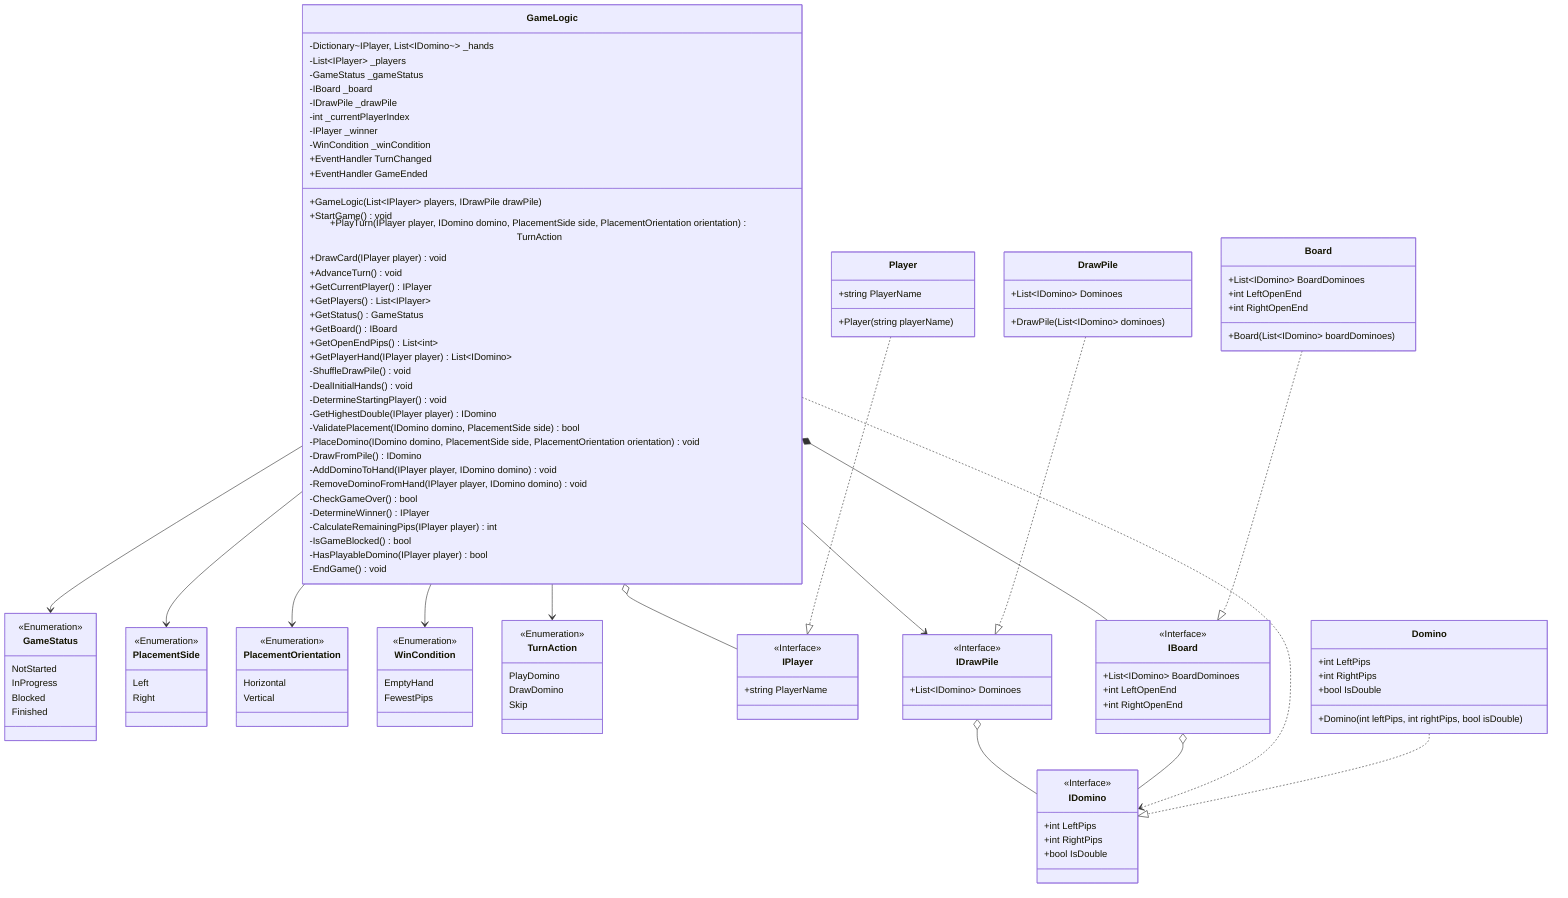
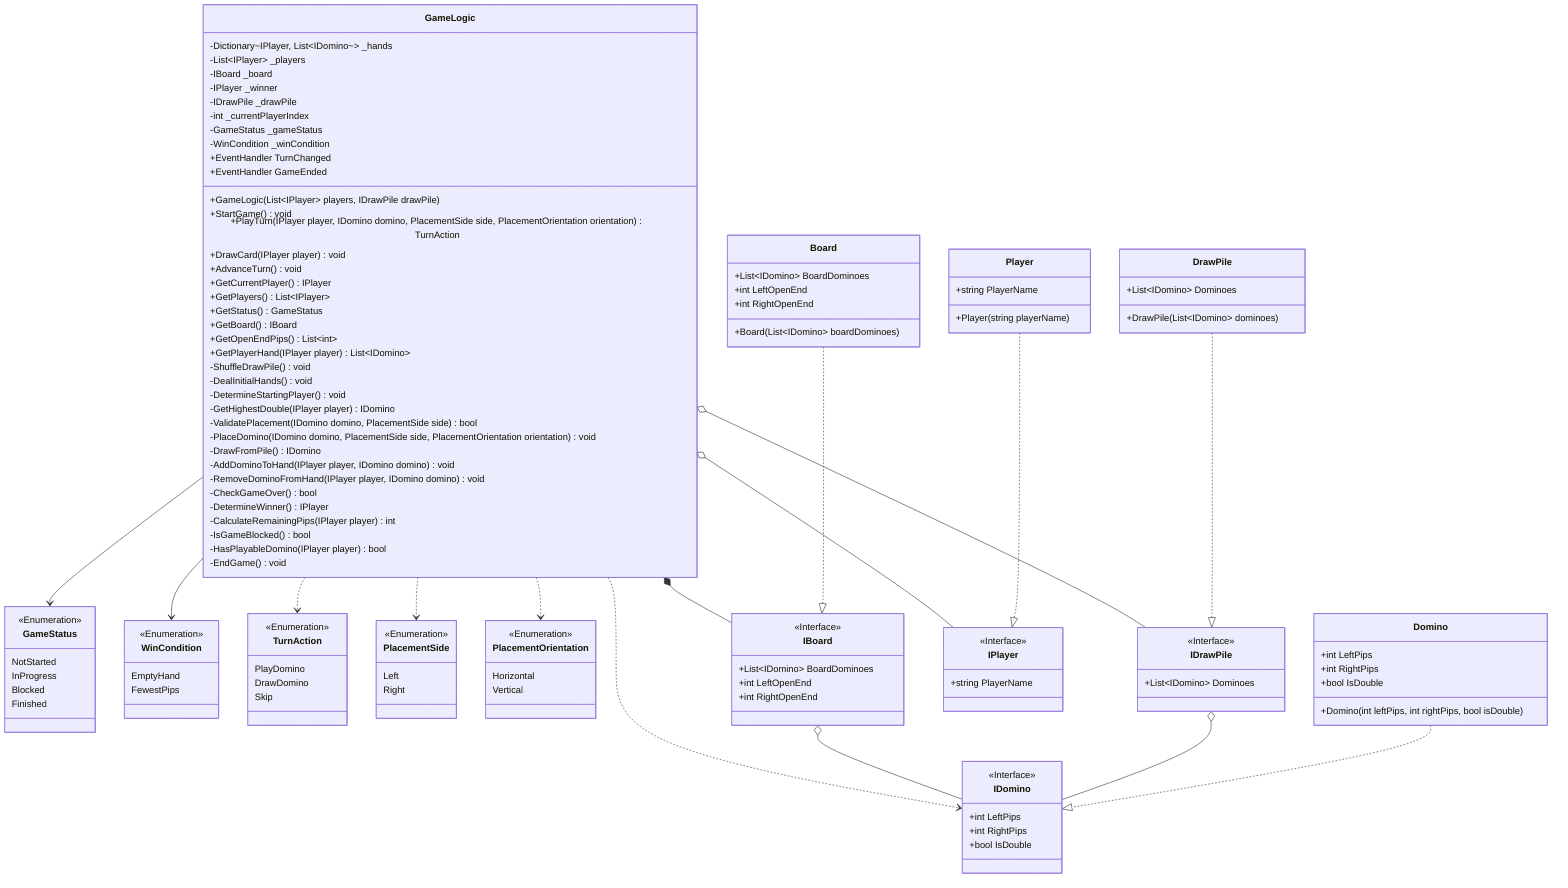
classDiagram
+     direction TB

+     %% Associations
+     GameLogic --> GameStatus
+     GameLogic --> WinCondition
+ 
+     %% Dependencies
+     GameLogic ..> TurnAction
+     GameLogic ..> PlacementSide
+     GameLogic ..> PlacementOrientation
+     GameLogic ..> IDomino
+ 
+     %% Compositions
+     GameLogic *-- IBoard
+ 
+     %% Agregations
+     IBoard o-- IDomino
+     IDrawPile o-- IDomino
+     GameLogic o-- IDrawPile
+     GameLogic o-- IPlayer
+ 
+     %% Realizations
+     Domino ..|> IDomino
+     Player ..|> IPlayer
+     Board ..|> IBoard
+     DrawPile ..|> IDrawPile
+ 
+     %% Enumerations
    class GameStatus {
        NotStarted
        InProgress
        Blocked
        Finished
    }

    class PlacementSide {
        Left
        Right
    }

    class PlacementOrientation {
        Horizontal
        Vertical
    }

    class WinCondition {
        EmptyHand
        FewestPips
    }

    class TurnAction {
        PlayDomino
        DrawDomino
        Skip
    }

+     %% Interfaces
    class IDomino {
        +int LeftPips
        +int RightPips
        +bool IsDouble
    }

    class IPlayer {
        +string PlayerName
    }

    class IBoard {
        +List~IDomino~ BoardDominoes
        +int LeftOpenEnd
        +int RightOpenEnd
    }

    class IDrawPile {
        +List~IDomino~ Dominoes
    }

+     %% Class Concrete
    class Domino {
        +int LeftPips
        +int RightPips
        +bool IsDouble
        +Domino(int leftPips, int rightPips, bool isDouble)
    }

    class Player {
        +string PlayerName
        +Player(string playerName)
    }

    class Board {
        +List~IDomino~ BoardDominoes
        +int LeftOpenEnd
        +int RightOpenEnd
        +Board(List~IDomino~ boardDominoes)
    }

    class DrawPile {
        +List~IDomino~ Dominoes
        +DrawPile(List~IDomino~ dominoes)
    }

    class GameLogic {
+         %% Fields / Properties
        -Dictionary~IPlayer, List~IDomino~~ _hands
        -List~IPlayer~ _players
-         -GameStatus _gameStatus
        -IBoard _board
+         -IPlayer _winner
        -IDrawPile _drawPile
        -int _currentPlayerIndex
-         -IPlayer _winner
+         -GameStatus _gameStatus
        -WinCondition _winCondition

+         %% Events Delegates
        +EventHandler TurnChanged
        +EventHandler GameEnded

+         %% Constructors
        +GameLogic(List~IPlayer~ players, IDrawPile drawPile)
+ 
+         %% Lifecycle (public)
        +StartGame() void

+         %% Actions (public)
        +PlayTurn(IPlayer player, IDomino domino, PlacementSide side, PlacementOrientation orientation) TurnAction
        +DrawCard(IPlayer player) void
        +AdvanceTurn() void

+         %% Get Info Game and Turn (public)
        +GetCurrentPlayer() IPlayer
        +GetPlayers() List~IPlayer~
        +GetStatus() GameStatus
        +GetBoard() IBoard
        +GetOpenEndPips() List~int~
        +GetPlayerHand(IPlayer player) List~IDomino~

+         %% Logic Bussiness
        -ShuffleDrawPile() void
        -DealInitialHands() void
        -DetermineStartingPlayer() void
        -GetHighestDouble(IPlayer player) IDomino
        -ValidatePlacement(IDomino domino, PlacementSide side) bool
        -PlaceDomino(IDomino domino, PlacementSide side, PlacementOrientation orientation) void
        -DrawFromPile() IDomino
        -AddDominoToHand(IPlayer player, IDomino domino) void
        -RemoveDominoFromHand(IPlayer player, IDomino domino) void
        -CheckGameOver() bool
        -DetermineWinner() IPlayer
        -CalculateRemainingPips(IPlayer player) int
        -IsGameBlocked() bool
        -HasPlayableDomino(IPlayer player) bool
        -EndGame() void
    }

    <<Enumeration>> GameStatus
    <<Enumeration>> PlacementSide
    <<Enumeration>> PlacementOrientation
    <<Enumeration>> WinCondition
    <<Enumeration>> TurnAction
    <<Interface>> IDomino
    <<Interface>> IPlayer
    <<Interface>> IBoard
    <<Interface>> IDrawPile

-     Domino ..|> IDomino
-     Player ..|> IPlayer
-     Board ..|> IBoard
-     DrawPile ..|> IDrawPile

-     GameLogic --> GameStatus
-     GameLogic --> WinCondition
-     GameLogic --> TurnAction
-     GameLogic --> PlacementSide
-     GameLogic --> PlacementOrientation
-     GameLogic --> IDrawPile
-     GameLogic *-- IBoard
-     GameLogic o-- IPlayer
-     GameLogic ..> IDomino

-     IBoard o-- IDomino
-     IDrawPile o-- IDomino